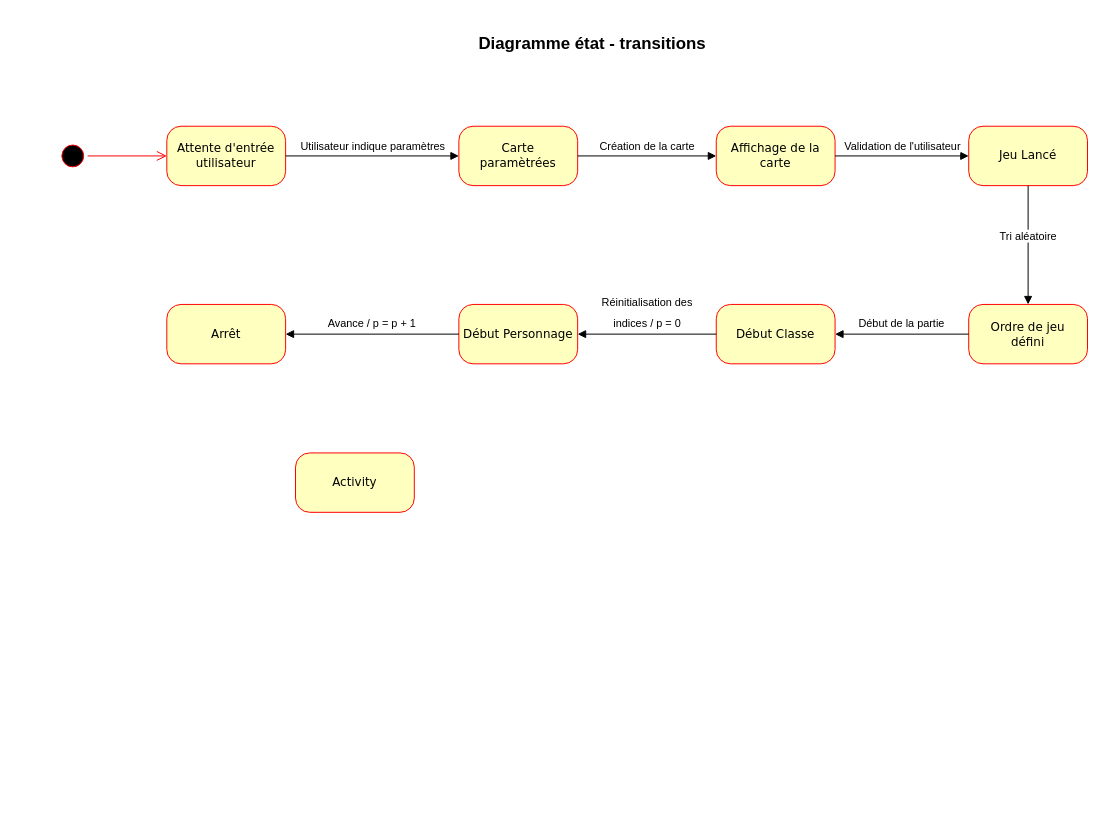
Earlier version of the draw.io diagram diagramme_etat_transition.drawio (agenceDEVI/ConceptObjet). Source tidied: cells renumbered, new cells numbered last; positions are measured from the earlier drawing's top-left corner, leaving out a move shared by most shapes. Both pictures are drawn from the tidied source at 99%, with x=0, y=0 at pixel (57, 17).
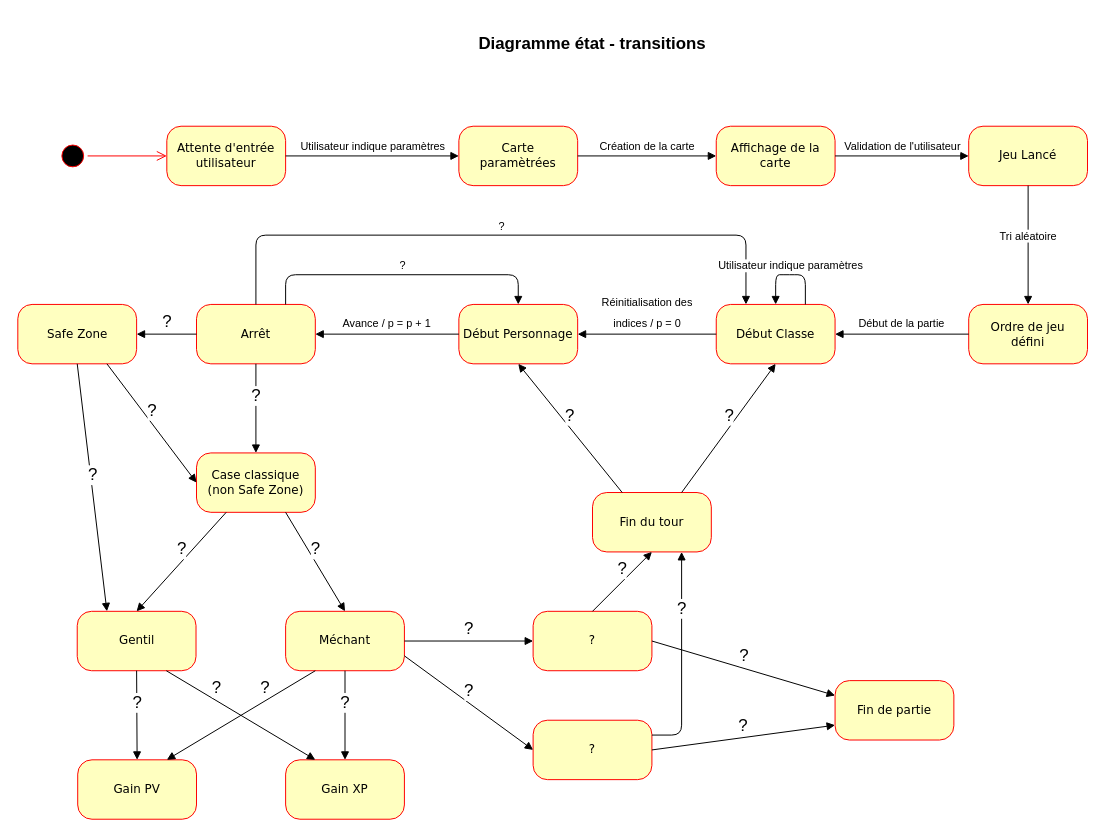
Above is the later version.

Commit message (it also covers changes not shown here):
ajouts diagramme etat transi

The change refers to these unchanged cells:
```xml
<mxCell id="15" value="Début Classe" style="rounded=1;whiteSpace=wrap;html=1;arcSize=24;fillColor=#ffffc0;strokeColor=#ff0000;shadow=0;comic=0;labelBackgroundColor=none;fontFamily=Verdana;fontSize=12;fontColor=#000000;align=center;" parent="1" vertex="1">
  <mxGeometry x="665" y="290" width="120" height="60" as="geometry" />
</mxCell>
<mxCell id="17" value="&lt;div&gt;Début Personnage&lt;/div&gt;" style="rounded=1;whiteSpace=wrap;html=1;arcSize=24;fillColor=#ffffc0;strokeColor=#ff0000;shadow=0;comic=0;labelBackgroundColor=none;fontFamily=Verdana;fontSize=12;fontColor=#000000;align=center;" parent="1" vertex="1">
  <mxGeometry x="405" y="290" width="120" height="60" as="geometry" />
</mxCell>
```

Diff of the diagram source:
```diff
@@
-    <mxCell id="6" value="Activity" style="rounded=1;whiteSpace=wrap;html=1;arcSize=24;fillColor=#ffffc0;strokeColor=#ff0000;shadow=0;comic=0;labelBackgroundColor=none;fontFamily=Verdana;fontSize=12;fontColor=#000000;align=center;" parent="1" vertex="1">
-      <mxGeometry x="240" y="440" width="120" height="60" as="geometry" />
+    <mxCell id="6" value="Case classique (non Safe Zone)" style="rounded=1;whiteSpace=wrap;html=1;arcSize=24;fillColor=#ffffc0;strokeColor=#ff0000;shadow=0;comic=0;labelBackgroundColor=none;fontFamily=Verdana;fontSize=12;fontColor=#000000;align=center;" parent="1" vertex="1">
+      <mxGeometry x="140" y="440" width="120" height="60" as="geometry" />
     </mxCell>
@@
     <mxCell id="19" value="Arrêt" style="rounded=1;whiteSpace=wrap;html=1;arcSize=24;fillColor=#ffffc0;strokeColor=#ff0000;shadow=0;comic=0;labelBackgroundColor=none;fontFamily=Verdana;fontSize=12;fontColor=#000000;align=center;" parent="1" vertex="1">
-      <mxGeometry x="110" y="290" width="120" height="60" as="geometry" />
+      <mxGeometry x="140" y="290" width="120" height="60" as="geometry" />
     </mxCell>
@@
+    <mxCell id="21" value="?" style="html=1;verticalAlign=bottom;endArrow=block;exitX=0.5;exitY=0;exitDx=0;exitDy=0;entryX=0.25;entryY=0;entryDx=0;entryDy=0;" parent="1" edge="1" source="19" target="15">
+      <mxGeometry relative="1" as="geometry">
+        <Array as="points">
+          <mxPoint x="200" y="220" />
+          <mxPoint x="695" y="220" />
+        </Array>
+      </mxGeometry>
+    </mxCell>
+    <mxCell id="22" value="?" style="html=1;verticalAlign=bottom;endArrow=block;exitX=0.75;exitY=0;exitDx=0;exitDy=0;entryX=0.5;entryY=0;entryDx=0;entryDy=0;" parent="1" edge="1" source="19" target="17">
+      <mxGeometry relative="1" as="geometry">
+        <Array as="points">
+          <mxPoint x="230" y="260" />
+          <mxPoint x="465" y="260" />
+        </Array>
+      </mxGeometry>
+    </mxCell>
+    <mxCell id="23" value="Utilisateur indique paramètres" style="html=1;verticalAlign=bottom;endArrow=block;exitX=0.75;exitY=0;exitDx=0;exitDy=0;entryX=0.5;entryY=0;entryDx=0;entryDy=0;" parent="1" edge="1" source="15" target="15">
+      <mxGeometry relative="1" as="geometry">
+        <Array as="points">
+          <mxPoint x="755" y="260" />
+          <mxPoint x="740" y="260" />
+          <mxPoint x="725" y="260" />
+        </Array>
+      </mxGeometry>
+    </mxCell>
+    <mxCell id="24" value="&lt;div&gt;Safe Zone&lt;/div&gt;" style="rounded=1;whiteSpace=wrap;html=1;arcSize=24;fillColor=#ffffc0;strokeColor=#ff0000;shadow=0;comic=0;labelBackgroundColor=none;fontFamily=Verdana;fontSize=12;fontColor=#000000;align=center;" parent="1" vertex="1">
+      <mxGeometry x="-40.5" y="290" width="120" height="60" as="geometry" />
+    </mxCell>
+    <mxCell id="25" value="?" style="html=1;verticalAlign=bottom;endArrow=block;fontSize=17;entryX=1;entryY=0.5;entryDx=0;entryDy=0;exitX=0;exitY=0.5;exitDx=0;exitDy=0;" parent="1" edge="1" source="19" target="24">
+      <mxGeometry relative="1" as="geometry" />
+    </mxCell>
+    <mxCell id="26" value="&lt;div&gt;?&lt;/div&gt;" style="html=1;verticalAlign=bottom;endArrow=block;fontSize=17;entryX=0.5;entryY=0;entryDx=0;entryDy=0;exitX=0.5;exitY=1;exitDx=0;exitDy=0;" parent="1" edge="1" source="19" target="6">
+      <mxGeometry relative="1" as="geometry" />
+    </mxCell>
+    <mxCell id="27" value="?" style="html=1;verticalAlign=bottom;endArrow=block;fontSize=17;entryX=0;entryY=0.5;entryDx=0;entryDy=0;exitX=0.75;exitY=1;exitDx=0;exitDy=0;" parent="1" edge="1" source="24" target="6">
+      <mxGeometry relative="1" as="geometry" />
+    </mxCell>
+    <mxCell id="28" value="?" style="html=1;verticalAlign=bottom;endArrow=block;fontSize=17;exitX=0.5;exitY=1;exitDx=0;exitDy=0;entryX=0.25;entryY=0;entryDx=0;entryDy=0;" parent="1" edge="1" source="24" target="30">
+      <mxGeometry relative="1" as="geometry" />
+    </mxCell>
+    <mxCell id="29" value="Méchant" style="rounded=1;whiteSpace=wrap;html=1;arcSize=24;fillColor=#ffffc0;strokeColor=#ff0000;shadow=0;comic=0;labelBackgroundColor=none;fontFamily=Verdana;fontSize=12;fontColor=#000000;align=center;" parent="1" vertex="1">
+      <mxGeometry x="230" y="600" width="120" height="60" as="geometry" />
+    </mxCell>
+    <mxCell id="30" value="Gentil" style="rounded=1;whiteSpace=wrap;html=1;arcSize=24;fillColor=#ffffc0;strokeColor=#ff0000;shadow=0;comic=0;labelBackgroundColor=none;fontFamily=Verdana;fontSize=12;fontColor=#000000;align=center;" parent="1" vertex="1">
+      <mxGeometry x="19.5" y="600" width="120" height="60" as="geometry" />
+    </mxCell>
+    <mxCell id="31" value="Gain PV" style="rounded=1;whiteSpace=wrap;html=1;arcSize=24;fillColor=#ffffc0;strokeColor=#ff0000;shadow=0;comic=0;labelBackgroundColor=none;fontFamily=Verdana;fontSize=12;fontColor=#000000;align=center;" parent="1" vertex="1">
+      <mxGeometry x="20" y="750" width="120" height="60" as="geometry" />
+    </mxCell>
+    <mxCell id="32" value="Gain XP" style="rounded=1;whiteSpace=wrap;html=1;arcSize=24;fillColor=#ffffc0;strokeColor=#ff0000;shadow=0;comic=0;labelBackgroundColor=none;fontFamily=Verdana;fontSize=12;fontColor=#000000;align=center;" parent="1" vertex="1">
+      <mxGeometry x="230" y="750" width="120" height="60" as="geometry" />
+    </mxCell>
+    <mxCell id="33" value="?" style="rounded=1;whiteSpace=wrap;html=1;arcSize=24;fillColor=#ffffc0;strokeColor=#ff0000;shadow=0;comic=0;labelBackgroundColor=none;fontFamily=Verdana;fontSize=12;fontColor=#000000;align=center;" parent="1" vertex="1">
+      <mxGeometry x="480" y="600" width="120" height="60" as="geometry" />
+    </mxCell>
+    <mxCell id="34" value="?" style="rounded=1;whiteSpace=wrap;html=1;arcSize=24;fillColor=#ffffc0;strokeColor=#ff0000;shadow=0;comic=0;labelBackgroundColor=none;fontFamily=Verdana;fontSize=12;fontColor=#000000;align=center;" parent="1" vertex="1">
+      <mxGeometry x="480" y="710" width="120" height="60" as="geometry" />
+    </mxCell>
+    <mxCell id="35" value="Fin du tour" style="rounded=1;whiteSpace=wrap;html=1;arcSize=24;fillColor=#ffffc0;strokeColor=#ff0000;shadow=0;comic=0;labelBackgroundColor=none;fontFamily=Verdana;fontSize=12;fontColor=#000000;align=center;" parent="1" vertex="1">
+      <mxGeometry x="540" y="480" width="120" height="60" as="geometry" />
+    </mxCell>
+    <mxCell id="36" value="Fin de partie" style="rounded=1;whiteSpace=wrap;html=1;arcSize=24;fillColor=#ffffc0;strokeColor=#ff0000;shadow=0;comic=0;labelBackgroundColor=none;fontFamily=Verdana;fontSize=12;fontColor=#000000;align=center;" parent="1" vertex="1">
+      <mxGeometry x="785" y="670" width="120" height="60" as="geometry" />
+    </mxCell>
+    <mxCell id="37" value="?" style="html=1;verticalAlign=bottom;endArrow=block;fontSize=17;entryX=0.5;entryY=0;entryDx=0;entryDy=0;exitX=0.25;exitY=1;exitDx=0;exitDy=0;" parent="1" edge="1" source="6" target="30">
+      <mxGeometry relative="1" as="geometry" />
+    </mxCell>
+    <mxCell id="38" value="?" style="html=1;verticalAlign=bottom;endArrow=block;fontSize=17;entryX=0.5;entryY=0;entryDx=0;entryDy=0;exitX=0.75;exitY=1;exitDx=0;exitDy=0;" parent="1" edge="1" source="6" target="29">
+      <mxGeometry relative="1" as="geometry" />
+    </mxCell>
+    <mxCell id="39" value="?" style="html=1;verticalAlign=bottom;endArrow=block;fontSize=17;entryX=0.5;entryY=1;entryDx=0;entryDy=0;exitX=0.25;exitY=0;exitDx=0;exitDy=0;" parent="1" edge="1" source="35" target="17">
+      <mxGeometry relative="1" as="geometry" />
+    </mxCell>
+    <mxCell id="40" value="?" style="html=1;verticalAlign=bottom;endArrow=block;fontSize=17;entryX=0.5;entryY=1;entryDx=0;entryDy=0;exitX=0.75;exitY=0;exitDx=0;exitDy=0;" parent="1" edge="1" source="35" target="15">
+      <mxGeometry relative="1" as="geometry" />
+    </mxCell>
+    <mxCell id="41" value="?" style="html=1;verticalAlign=bottom;endArrow=block;fontSize=17;entryX=0.5;entryY=1;entryDx=0;entryDy=0;exitX=0.5;exitY=0;exitDx=0;exitDy=0;" parent="1" edge="1" source="33" target="35">
+      <mxGeometry relative="1" as="geometry" />
+    </mxCell>
+    <mxCell id="42" value="?" style="html=1;verticalAlign=bottom;endArrow=block;fontSize=17;entryX=0;entryY=0.25;entryDx=0;entryDy=0;exitX=1;exitY=0.5;exitDx=0;exitDy=0;" parent="1" edge="1" source="33" target="36">
+      <mxGeometry relative="1" as="geometry" />
+    </mxCell>
+    <mxCell id="43" value="?" style="html=1;verticalAlign=bottom;endArrow=block;fontSize=17;entryX=0;entryY=0.75;entryDx=0;entryDy=0;exitX=1;exitY=0.5;exitDx=0;exitDy=0;" parent="1" edge="1" source="34" target="36">
+      <mxGeometry relative="1" as="geometry" />
+    </mxCell>
+    <mxCell id="44" value="?" style="html=1;verticalAlign=bottom;endArrow=block;fontSize=17;entryX=0.5;entryY=0;entryDx=0;entryDy=0;exitX=0.5;exitY=1;exitDx=0;exitDy=0;" parent="1" edge="1" source="30" target="31">
+      <mxGeometry relative="1" as="geometry" />
+    </mxCell>
+    <mxCell id="45" value="?" style="html=1;verticalAlign=bottom;endArrow=block;fontSize=17;entryX=0.25;entryY=0;entryDx=0;entryDy=0;exitX=0.75;exitY=1;exitDx=0;exitDy=0;" parent="1" edge="1" source="30" target="32">
+      <mxGeometry x="-0.33" relative="1" as="geometry" />
+    </mxCell>
+    <mxCell id="46" value="?" style="html=1;verticalAlign=bottom;endArrow=block;fontSize=17;entryX=0.75;entryY=0;entryDx=0;entryDy=0;exitX=0.25;exitY=1;exitDx=0;exitDy=0;" parent="1" edge="1" source="29" target="31">
+      <mxGeometry x="-0.33" relative="1" as="geometry" />
+    </mxCell>
+    <mxCell id="47" value="?" style="html=1;verticalAlign=bottom;endArrow=block;fontSize=17;entryX=0.5;entryY=0;entryDx=0;entryDy=0;exitX=0.5;exitY=1;exitDx=0;exitDy=0;" parent="1" edge="1" source="29" target="32">
+      <mxGeometry relative="1" as="geometry" />
+    </mxCell>
+    <mxCell id="48" value="?" style="html=1;verticalAlign=bottom;endArrow=block;fontSize=17;entryX=0;entryY=0.5;entryDx=0;entryDy=0;exitX=1;exitY=0.5;exitDx=0;exitDy=0;" parent="1" edge="1" source="29" target="33">
+      <mxGeometry relative="1" as="geometry" />
+    </mxCell>
+    <mxCell id="49" value="?" style="html=1;verticalAlign=bottom;endArrow=block;fontSize=17;entryX=0;entryY=0.5;entryDx=0;entryDy=0;exitX=1;exitY=0.75;exitDx=0;exitDy=0;" parent="1" edge="1" source="29" target="34">
+      <mxGeometry relative="1" as="geometry" />
+    </mxCell>
+    <mxCell id="50" value="?" style="html=1;verticalAlign=bottom;endArrow=block;fontSize=17;entryX=0.75;entryY=1;entryDx=0;entryDy=0;exitX=1;exitY=0.25;exitDx=0;exitDy=0;" parent="1" edge="1" source="34" target="35">
+      <mxGeometry x="0.35" relative="1" as="geometry">
+        <Array as="points">
+          <mxPoint x="630" y="725" />
+        </Array>
+      </mxGeometry>
+    </mxCell>
```
